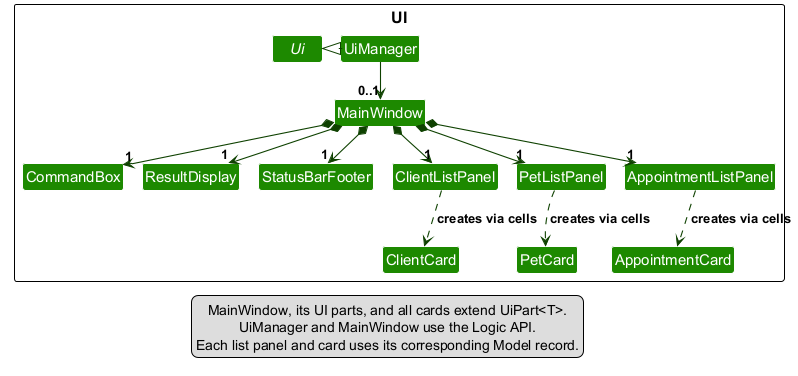
Before: docs/images/UiClassDiagram.png, a diagram exported from PlantUML (0218hy/tp).
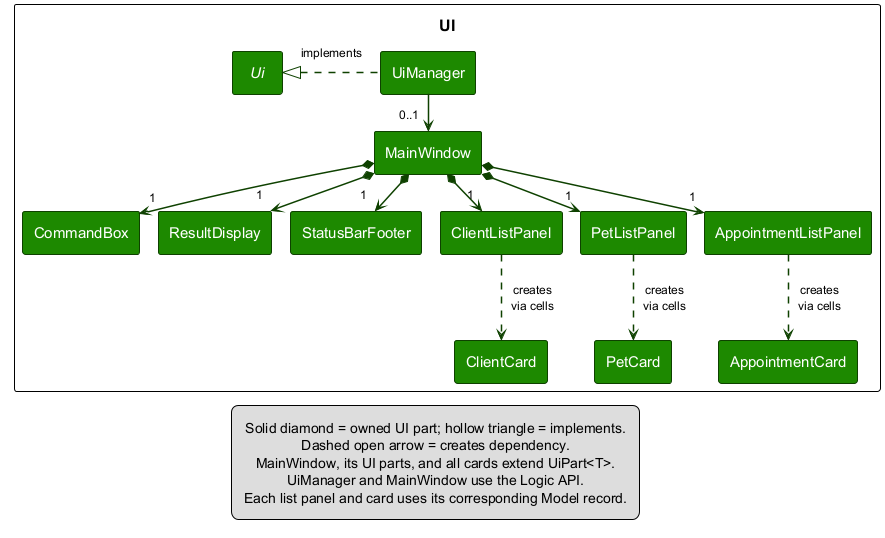
Above is the later version.

Commit message:
Fix UML diagram of UI in DG

Change to the diagram source:
```diff
@@ -1,7 +1,13 @@
 @startuml
 !include style.puml
 !pragma layout smetana
-skinparam arrowThickness 1.1
+skinparam nodesep 50
+skinparam ranksep 85
+skinparam padding 8
+skinparam arrowThickness 1.5
+skinparam ArrowFontSize 12
+skinparam ArrowFontStyle plain
+skinparam classBorderColor UI_COLOR_T4
 skinparam arrowColor UI_COLOR_T4
 skinparam classBackgroundColor UI_COLOR
 
@@ -19,7 +25,7 @@
 class PetCard
 class AppointmentCard
 
-UiManager .left.|> Ui
+UiManager .left.|> Ui : implements
 UiManager -down-> "0..1" MainWindow
 MainWindow *-down-> "1" CommandBox
 MainWindow *-down-> "1" ResultDisplay
@@ -27,9 +33,9 @@
 MainWindow *-down-> "1" ClientListPanel
 MainWindow *-down-> "1" PetListPanel
 MainWindow *-down-> "1" AppointmentListPanel
-ClientListPanel .down.> ClientCard : creates via cells
-PetListPanel .down.> PetCard : creates via cells
-AppointmentListPanel .down.> AppointmentCard : creates via cells
+ClientListPanel .down.> ClientCard : creates\nvia cells
+PetListPanel .down.> PetCard : creates\nvia cells
+AppointmentListPanel .down.> AppointmentCard : creates\nvia cells
 
 CommandBox -[hidden]right-> ResultDisplay
 ResultDisplay -[hidden]right-> StatusBarFooter
@@ -39,6 +45,8 @@
 }
 
 legend bottom
+  Solid diamond = owned UI part; hollow triangle = implements.
+  Dashed open arrow = creates dependency.
   MainWindow, its UI parts, and all cards extend UiPart<T>.
   UiManager and MainWindow use the Logic API.
   Each list panel and card uses its corresponding Model record.
```
